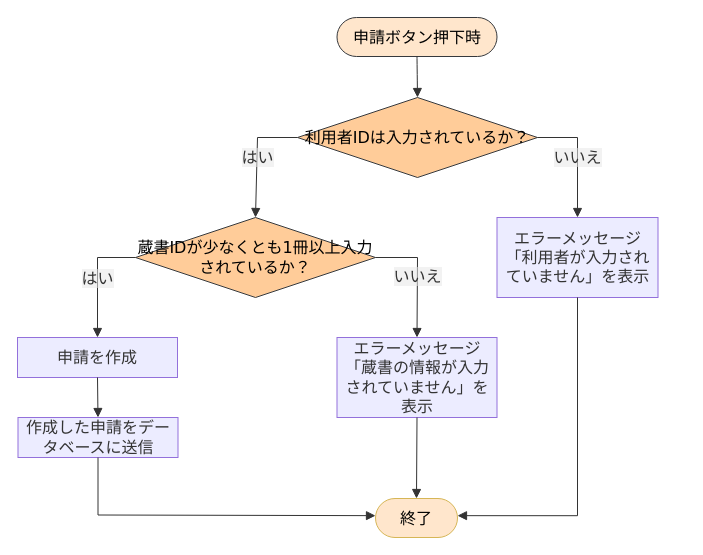
Earlier version of the draw.io diagram 詳細設計書/7班/flowchart/貸出申請.drawio (rs002421-creator/-). Source tidied: cells renumbered, new cells numbered last; positions are measured from the earlier drawing's top-left corner, leaving out a move shared by most shapes. Both pictures are drawn from the tidied source at 100%, with x=0, y=0 at pixel (17, 17).
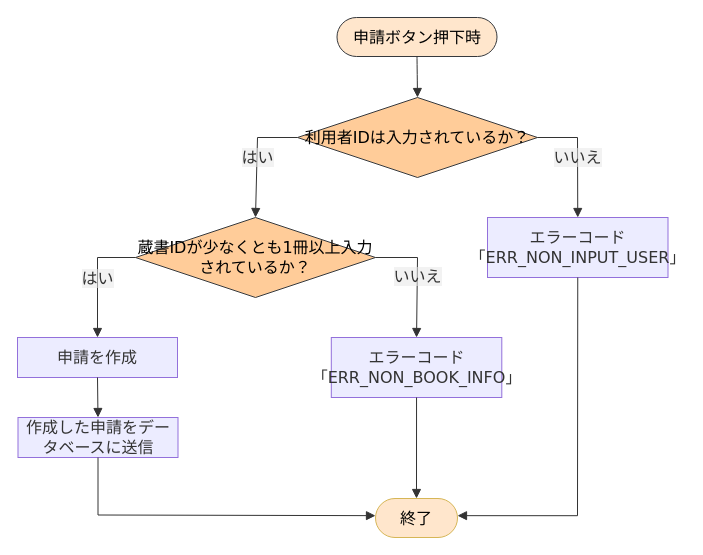
The same diagram, later.

Diff of the diagram source:
```diff
@@
-    <mxCell id="5" value="エラーメッセージ「利用者が入力されていません」を表示" style="html=1;whiteSpace=wrap;strokeWidth=1;fillColor=light-dark(#ECECFF,#1f2020);strokeColor=light-dark(#9370DB,#cccccc);fontColor=light-dark(#333333,#cccccc);fontFamily=Trebuchet MS,Verdana,Arial,sans-serif;fontSize=16;" parent="1" vertex="1">
-      <mxGeometry x="479.5" y="200" width="161" height="80" as="geometry" />
+    <mxCell id="5" value="エラーコード「ERR_NON_INPUT_USER」" style="html=1;whiteSpace=wrap;strokeWidth=1;fillColor=light-dark(#ECECFF,#1f2020);strokeColor=light-dark(#9370DB,#cccccc);fontColor=light-dark(#333333,#cccccc);fontFamily=Trebuchet MS,Verdana,Arial,sans-serif;fontSize=16;" parent="1" vertex="1">
+      <mxGeometry x="470" y="200" width="180.5" height="60" as="geometry" />
     </mxCell>
@@
-    <mxCell id="7" value="エラーメッセージ「蔵書の情報が入力されていません」を表示" style="html=1;whiteSpace=wrap;strokeWidth=1;fillColor=light-dark(#ECECFF,#1f2020);strokeColor=light-dark(#9370DB,#cccccc);fontColor=light-dark(#333333,#cccccc);fontFamily=Trebuchet MS,Verdana,Arial,sans-serif;fontSize=16;" parent="1" vertex="1">
-      <mxGeometry x="319.5" y="320" width="160" height="80" as="geometry" />
+    <mxCell id="7" value="エラーコード「ERR_NON_BOOK_INFO」" style="html=1;whiteSpace=wrap;strokeWidth=1;fillColor=light-dark(#ECECFF,#1f2020);strokeColor=light-dark(#9370DB,#cccccc);fontColor=light-dark(#333333,#cccccc);fontFamily=Trebuchet MS,Verdana,Arial,sans-serif;fontSize=16;" parent="1" vertex="1">
+      <mxGeometry x="313.8" y="320" width="170.5" height="60" as="geometry" />
     </mxCell>
```
